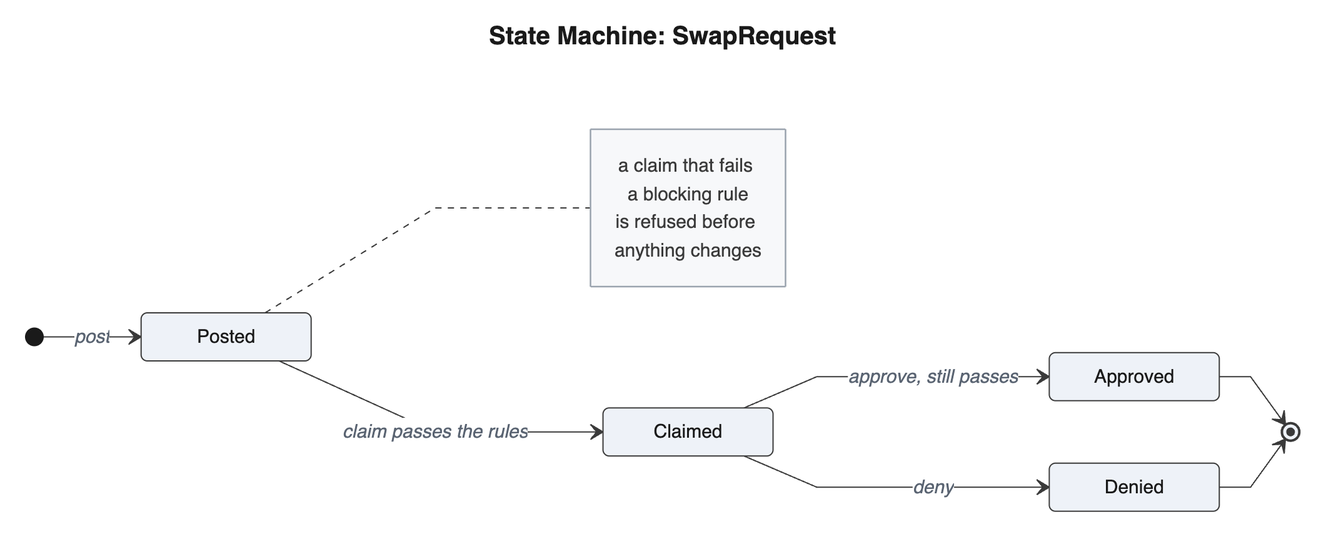
Before: diagrams/images/behavior/state_swap.png, a diagram exported from Mermaid (perfettiful/ShiftChex). Its source is kept beside it as diagrams/mmd/behavior/state_swap.mmd. The source it was exported from:
```mermaid
---
title: "State Machine: SwapRequest"
---
stateDiagram-v2
    direction LR
    [*] --> Posted : post
    Posted --> Claimed : claim passes the rules
    Claimed --> Approved : approve, still passes
    Claimed --> Denied : deny
    Approved --> [*]
    Denied --> [*]
    note right of Posted
        a claim that fails a blocking rule
        is refused before anything changes
    end note
```
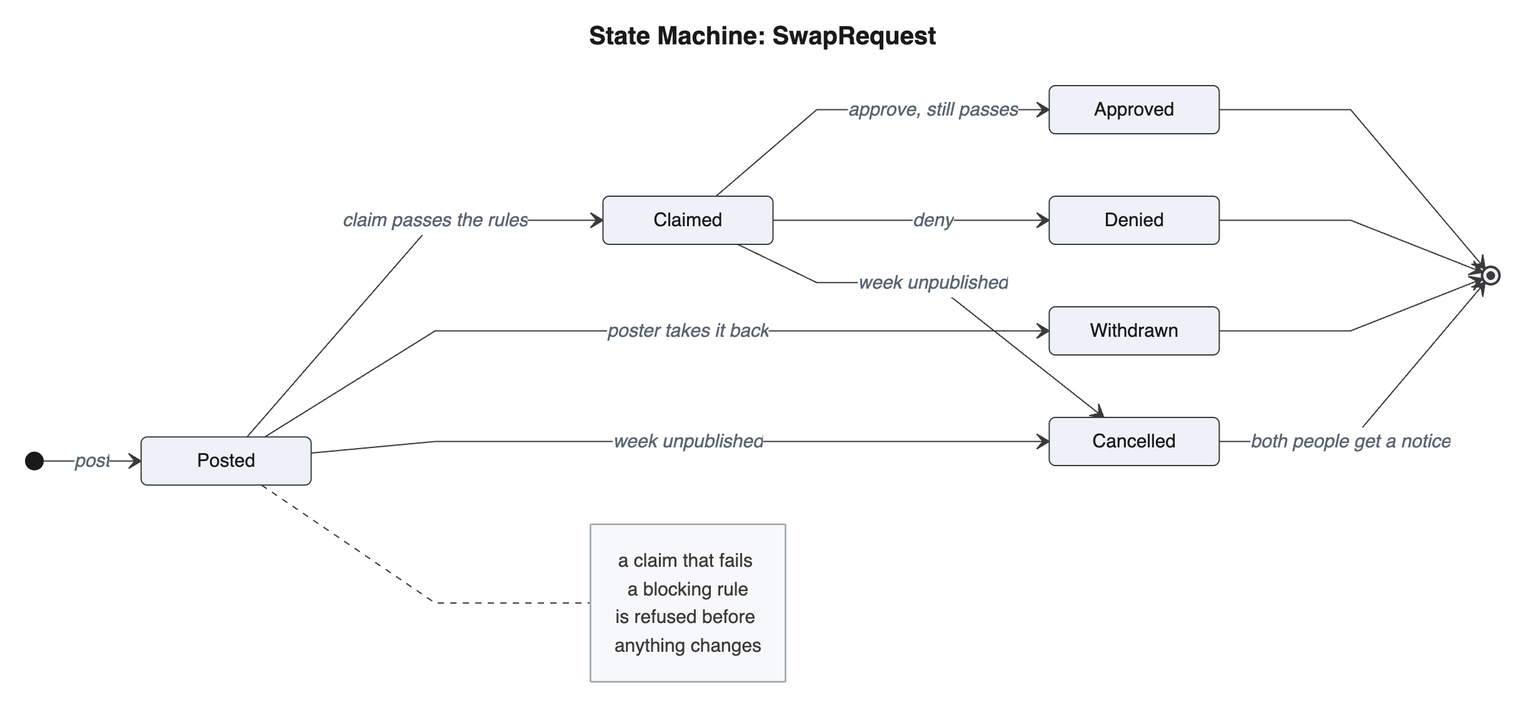
Above is the later version.

The edit, as a diff of the source:
```diff
@@ -5,10 +5,15 @@
     direction LR
     [*] --> Posted : post
     Posted --> Claimed : claim passes the rules
+    Posted --> Withdrawn : poster takes it back
     Claimed --> Approved : approve, still passes
     Claimed --> Denied : deny
+    Posted --> Cancelled : week unpublished
+    Claimed --> Cancelled : week unpublished
     Approved --> [*]
     Denied --> [*]
+    Withdrawn --> [*]
+    Cancelled --> [*] : both people get a notice
     note right of Posted
         a claim that fails a blocking rule
         is refused before anything changes
```
